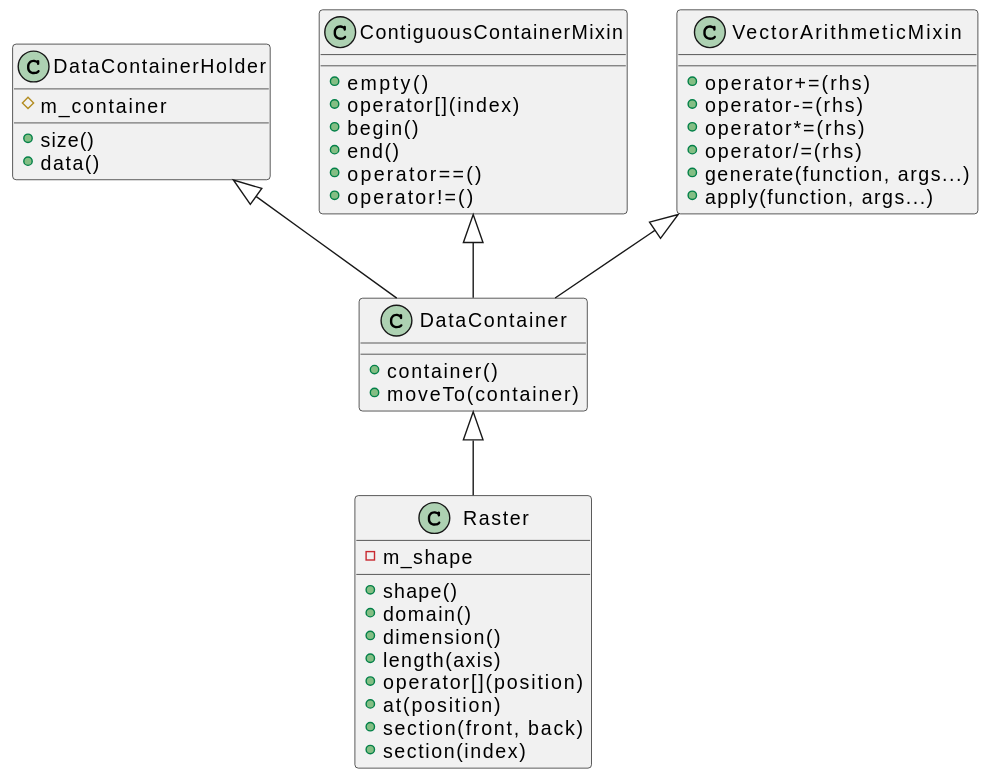
Earlier version of the PlantUML export doc/diagrams/data_classes.svg (kabasset/Linx). Source of this version:
```plantuml
@startuml
class DataContainerHolder {
# m_container
+ size()
+ data()
}

class DataContainer {
+ container()
+ moveTo(container)
}

class Raster {
- m_shape
+ shape()
+ domain()
+ dimension()
+ length(axis)
+ operator[](position)
+ at(position)
+ section(front, back)
+ section(index)
}

class ContiguousContainerMixin {
+ empty()
+ operator[](index)
+ begin()
+ end()
+ operator==()
+ operator!=()
}

class VectorArithmeticMixin {
+ operator+=(rhs)
+ operator-=(rhs)
+ operator*=(rhs)
+ operator/=(rhs)
+ generate(function, args...)
+ apply(function, args...)
}

ContiguousContainerMixin <|-- DataContainer
VectorArithmeticMixin <|-- DataContainer
DataContainerHolder <|-- DataContainer
DataContainer <|-- Raster
@enduml
```
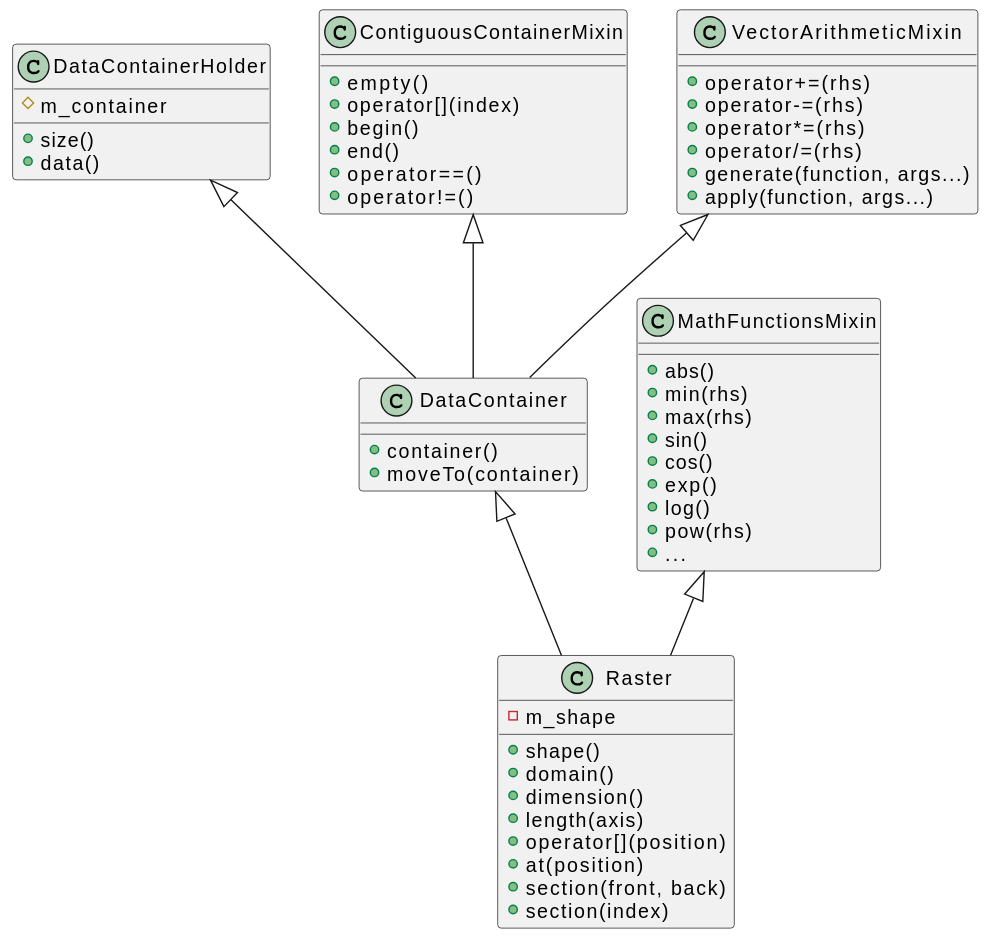
Later version of the same file.

The edit, as a diff of the source:
```diff
@@ -40,8 +40,21 @@
 + apply(function, args...)
 }
 
+class MathFunctionsMixin {
++ abs()
++ min(rhs)
++ max(rhs)
++ sin()
++ cos()
++ exp()
++ log()
++ pow(rhs)
++ {method}...
+}
+
 ContiguousContainerMixin <|-- DataContainer
 VectorArithmeticMixin <|-- DataContainer
 DataContainerHolder <|-- DataContainer
 DataContainer <|-- Raster
+MathFunctionsMixin <|-- Raster
 @enduml
```
